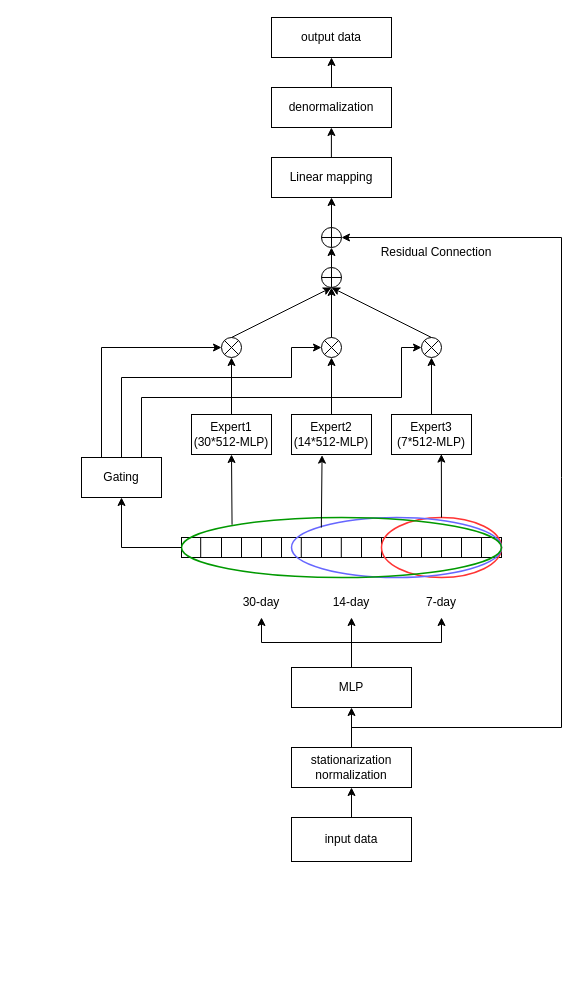
Earlier version of the draw.io diagram 未命名绘图.drawio (HALF111/Research_figures). Source tidied: cells renumbered, new cells numbered last; positions are measured from the earlier drawing's top-left corner, leaving out a move shared by most shapes. Both pictures are drawn from the tidied source at 100%, with x=0, y=0 at pixel (81, 17).
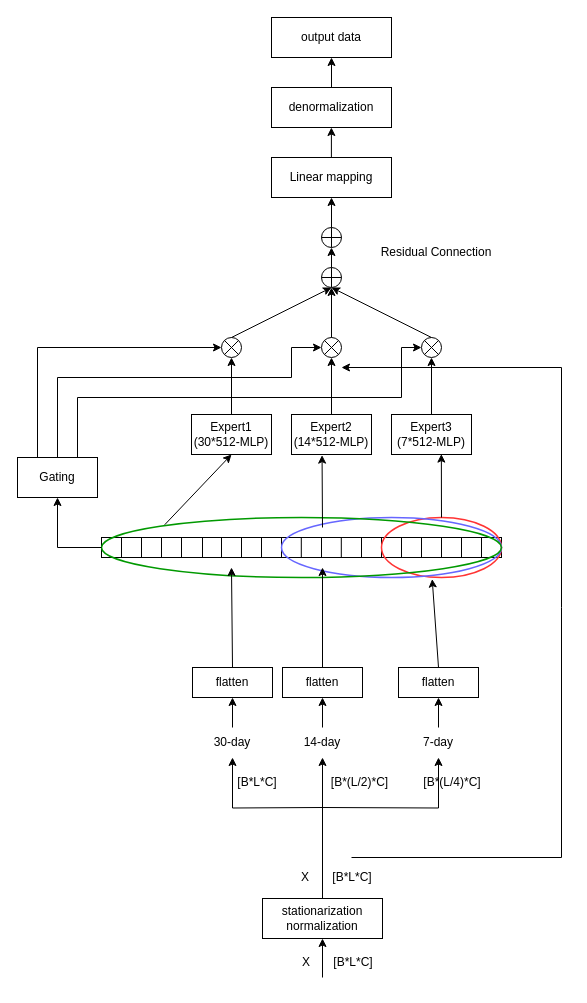
The same diagram, later.

Commit message:
更新未命名绘图.drawio

The change refers to these unchanged cells:
```xml
<mxCell id="25" value="Expert2&lt;br&gt;(14*512-MLP)" style="rounded=0;whiteSpace=wrap;html=1;" parent="1" vertex="1">
  <mxGeometry x="210" y="397" width="80" height="40" as="geometry" />
</mxCell>
<mxCell id="32" style="ellipse;whiteSpace=wrap;html=1;fillColor=none;" parent="1" vertex="1">
  <mxGeometry x="140" y="320" width="20" height="20" as="geometry" />
</mxCell>
<mxCell id="38" style="ellipse;whiteSpace=wrap;html=1;fillColor=none;" parent="1" vertex="1">
  <mxGeometry x="340" y="320" width="20" height="20" as="geometry" />
</mxCell>
```

Diff of the diagram source:
```diff
@@
     <mxCell id="2" style="rounded=0;whiteSpace=wrap;html=1;" parent="1" vertex="1">
-      <mxGeometry x="100" y="520" width="320" height="20" as="geometry" />
+      <mxGeometry x="20" y="520" width="400" height="20" as="geometry" />
     </mxCell>
-    <mxCell id="3" style="endArrow=none;html=1;rounded=0;exitX=0.06;exitY=0.006;exitDx=0;exitDy=0;exitPerimeter=0;entryX=0.06;entryY=1.006;entryDx=0;entryDy=0;entryPerimeter=0;" parent="1" edge="1" source="2" target="2">
-      <mxGeometry relative="1" as="geometry" />
+    <mxCell id="3" style="endArrow=none;html=1;rounded=0;exitX=0.06;exitY=0.006;exitDx=0;exitDy=0;exitPerimeter=0;entryX=0.06;entryY=1.006;entryDx=0;entryDy=0;entryPerimeter=0;" parent="1" edge="1">
+      <mxGeometry relative="1" as="geometry">
+        <mxPoint x="40" y="520" as="sourcePoint" />
+        <mxPoint x="40" y="540" as="targetPoint" />
+      </mxGeometry>
     </mxCell>
@@
     <mxCell id="19" style="ellipse;whiteSpace=wrap;html=1;fillColor=none;strokeColor=#6666FF;strokeWidth=1.5;" parent="1" vertex="1">
-      <mxGeometry x="210" y="500" width="210" height="60" as="geometry" />
+      <mxGeometry x="200" y="500" width="220" height="60" as="geometry" />
     </mxCell>
     <mxCell id="20" style="ellipse;whiteSpace=wrap;html=1;fillColor=none;strokeColor=#009900;strokeWidth=1.5;" parent="1" vertex="1">
-      <mxGeometry x="100" y="500" width="320" height="60" as="geometry" />
+      <mxGeometry x="20" y="500" width="400" height="60" as="geometry" />
     </mxCell>
     <mxCell id="21" value="7-day" style="text;html=1;strokeColor=none;fillColor=none;align=center;verticalAlign=middle;whiteSpace=wrap;rounded=0;" parent="1" vertex="1">
-      <mxGeometry x="330" y="570" width="60" height="30" as="geometry" />
+      <mxGeometry x="327" y="710" width="60" height="30" as="geometry" />
     </mxCell>
     <mxCell id="22" value="14-day" style="text;html=1;strokeColor=none;fillColor=none;align=center;verticalAlign=middle;whiteSpace=wrap;rounded=0;" parent="1" vertex="1">
-      <mxGeometry x="240" y="570" width="60" height="30" as="geometry" />
+      <mxGeometry x="211" y="710" width="60" height="30" as="geometry" />
     </mxCell>
     <mxCell id="23" value="30-day" style="text;html=1;strokeColor=none;fillColor=none;align=center;verticalAlign=middle;whiteSpace=wrap;rounded=0;" parent="1" vertex="1">
-      <mxGeometry x="150" y="570" width="60" height="30" as="geometry" />
+      <mxGeometry x="121" y="710" width="60" height="30" as="geometry" />
     </mxCell>
@@
-    <mxCell id="28" style="endArrow=classic;html=1;rounded=0;entryX=0.382;entryY=1.016;entryDx=0;entryDy=0;exitX=0.437;exitY=0.167;exitDx=0;exitDy=0;exitPerimeter=0;entryPerimeter=0;" parent="1" edge="1" source="20" target="25">
-      <mxGeometry relative="1" as="geometry" />
+    <mxCell id="28" style="endArrow=classic;html=1;rounded=0;entryX=0.382;entryY=1.016;entryDx=0;entryDy=0;entryPerimeter=0;" parent="1" edge="1" target="25">
+      <mxGeometry relative="1" as="geometry">
+        <mxPoint x="241" y="510" as="sourcePoint" />
+      </mxGeometry>
     </mxCell>
@@
     <mxCell id="30" value="Gating" style="rounded=0;whiteSpace=wrap;html=1;" parent="1" vertex="1">
-      <mxGeometry y="440" width="80" height="40" as="geometry" />
+      <mxGeometry x="-64" y="440" width="80" height="40" as="geometry" />
     </mxCell>
-    <mxCell id="31" style="endArrow=classic;html=1;rounded=0;exitX=0;exitY=0.5;exitDx=0;exitDy=0;entryX=0.5;entryY=1;entryDx=0;entryDy=0;" parent="1" edge="1" source="20" target="30">
+    <mxCell id="31" style="endArrow=classic;html=1;rounded=0;exitX=0;exitY=0.5;exitDx=0;exitDy=0;entryX=0.5;entryY=1;entryDx=0;entryDy=0;" parent="1" edge="1" source="2" target="30">
       <mxGeometry relative="1" as="geometry">
         <Array as="points">
-          <mxPoint x="40" y="530" />
+          <mxPoint x="-24" y="530" />
         </Array>
       </mxGeometry>
     </mxCell>
@@
     <mxCell id="41" style="endArrow=classic;html=1;rounded=0;exitX=0.25;exitY=0;exitDx=0;exitDy=0;entryX=0;entryY=0.5;entryDx=0;entryDy=0;" parent="1" edge="1" source="30" target="32">
       <mxGeometry relative="1" as="geometry">
         <Array as="points">
-          <mxPoint x="20" y="330" />
+          <mxPoint x="-44" y="330" />
         </Array>
       </mxGeometry>
     </mxCell>
@@
-    <mxCell id="45" style="endArrow=classic;html=1;rounded=0;exitX=0.5;exitY=0;exitDx=0;exitDy=0;entryX=0;entryY=0.5;entryDx=0;entryDy=0;" parent="1" edge="1">
+    <mxCell id="45" style="endArrow=classic;html=1;rounded=0;exitX=0.5;exitY=0;exitDx=0;exitDy=0;entryX=0;entryY=0.5;entryDx=0;entryDy=0;" parent="1" edge="1" source="30">
       <mxGeometry relative="1" as="geometry">
-        <mxPoint x="40" y="440" as="sourcePoint" />
         <mxPoint x="240" y="330" as="targetPoint" />
         <Array as="points">
-          <mxPoint x="40" y="360" />
+          <mxPoint x="-24" y="360" />
           <mxPoint x="210" y="360" />
           <mxPoint x="210" y="330" />
         </Array>
       </mxGeometry>
     </mxCell>
     <mxCell id="46" style="endArrow=classic;html=1;rounded=0;exitX=0.75;exitY=0;exitDx=0;exitDy=0;entryX=0;entryY=0.5;entryDx=0;entryDy=0;" parent="1" edge="1" source="30" target="38">
       <mxGeometry relative="1" as="geometry">
         <Array as="points">
-          <mxPoint x="60" y="380" />
+          <mxPoint x="-4" y="380" />
           <mxPoint x="320" y="380" />
           <mxPoint x="320" y="330" />
         </Array>
       </mxGeometry>
     </mxCell>
@@
-    <mxCell id="54" style="edgeStyle=orthogonalEdgeStyle;rounded=0;jettySize=auto;html=1;exitX=0.5;exitY=0;exitDx=0;exitDy=0;entryX=0.5;entryY=1;entryDx=0;entryDy=0;" parent="1" edge="1" source="55" target="23">
-      <mxGeometry relative="1" as="geometry" />
+    <mxCell id="54" style="edgeStyle=orthogonalEdgeStyle;rounded=0;jettySize=auto;html=1;exitX=0.5;exitY=0;exitDx=0;exitDy=0;entryX=0.5;entryY=1;entryDx=0;entryDy=0;" parent="1" edge="1" target="23">
+      <mxGeometry relative="1" as="geometry">
+        <mxPoint x="241" y="790" as="sourcePoint" />
+      </mxGeometry>
     </mxCell>
-    <mxCell id="55" value="MLP" style="rounded=0;whiteSpace=wrap;html=1;" parent="1" vertex="1">
-      <mxGeometry x="210" y="650" width="120" height="40" as="geometry" />
-    </mxCell>
-    <mxCell id="56" style="edgeStyle=orthogonalEdgeStyle;rounded=0;jettySize=auto;html=1;exitX=0.5;exitY=0;exitDx=0;exitDy=0;entryX=0.5;entryY=1;entryDx=0;entryDy=0;" parent="1" edge="1" source="55" target="22">
-      <mxGeometry relative="1" as="geometry" />
-    </mxCell>
-    <mxCell id="57" style="edgeStyle=orthogonalEdgeStyle;rounded=0;jettySize=auto;html=1;exitX=0.5;exitY=0;exitDx=0;exitDy=0;entryX=0.5;entryY=1;entryDx=0;entryDy=0;" parent="1" edge="1" source="55" target="21">
-      <mxGeometry relative="1" as="geometry" />
+    <mxCell id="57" style="edgeStyle=orthogonalEdgeStyle;rounded=0;jettySize=auto;html=1;exitX=0.5;exitY=0;exitDx=0;exitDy=0;entryX=0.5;entryY=1;entryDx=0;entryDy=0;" parent="1" edge="1" target="21">
+      <mxGeometry relative="1" as="geometry">
+        <mxPoint x="241" y="790" as="sourcePoint" />
+      </mxGeometry>
     </mxCell>
     <mxCell id="58" value="stationarization normalization" style="rounded=0;whiteSpace=wrap;html=1;" parent="1" vertex="1">
-      <mxGeometry x="210" y="730" width="120" height="40" as="geometry" />
+      <mxGeometry x="181" y="881" width="120" height="40" as="geometry" />
     </mxCell>
-    <mxCell id="59" style="endArrow=classic;html=1;rounded=0;exitX=0.5;exitY=0;exitDx=0;exitDy=0;entryX=0.5;entryY=1;entryDx=0;entryDy=0;" parent="1" edge="1" source="58" target="55">
-      <mxGeometry relative="1" as="geometry" />
-    </mxCell>
-    <mxCell id="60" style="endArrow=classic;html=1;rounded=0;entryX=0.5;entryY=1;entryDx=0;entryDy=0;exitX=0.5;exitY=0;exitDx=0;exitDy=0;" parent="1" edge="1" source="61" target="58">
-      <mxGeometry relative="1" as="geometry" />
+    <mxCell id="60" style="endArrow=classic;html=1;rounded=0;entryX=0.5;entryY=1;entryDx=0;entryDy=0;" parent="1" edge="1" target="58">
+      <mxGeometry relative="1" as="geometry">
+        <mxPoint x="241" y="960" as="sourcePoint" />
+      </mxGeometry>
     </mxCell>
-    <mxCell id="61" value="input data" style="rounded=0;whiteSpace=wrap;html=1;" parent="1" vertex="1">
-      <mxGeometry x="210" y="800" width="120" height="44" as="geometry" />
-    </mxCell>
@@
     <mxCell id="66" style="endArrow=classic;html=1;rounded=0;" parent="1" edge="1">
       <mxGeometry relative="1" as="geometry">
-        <mxPoint x="270" y="710" as="sourcePoint" />
-        <mxPoint x="260" y="220" as="targetPoint" />
+        <mxPoint x="270" y="840" as="sourcePoint" />
+        <mxPoint x="260" y="350" as="targetPoint" />
         <Array as="points">
-          <mxPoint x="480" y="710" />
-          <mxPoint x="480" y="460" />
-          <mxPoint x="480" y="220" />
+          <mxPoint x="480" y="840" />
+          <mxPoint x="480" y="590" />
+          <mxPoint x="480" y="350" />
         </Array>
       </mxGeometry>
     </mxCell>
@@
+    <mxCell id="73" value="X" style="text;html=1;strokeColor=none;fillColor=none;align=center;verticalAlign=middle;whiteSpace=wrap;rounded=0;" parent="1" vertex="1">
+      <mxGeometry x="215" y="930" width="20" height="30" as="geometry" />
+    </mxCell>
+    <mxCell id="74" value="[B*L*C]" style="text;html=1;strokeColor=none;fillColor=none;align=center;verticalAlign=middle;whiteSpace=wrap;rounded=0;" parent="1" vertex="1">
+      <mxGeometry x="247" y="930" width="50" height="30" as="geometry" />
+    </mxCell>
+    <mxCell id="75" value="X" style="text;html=1;strokeColor=none;fillColor=none;align=center;verticalAlign=middle;whiteSpace=wrap;rounded=0;" parent="1" vertex="1">
+      <mxGeometry x="214" y="845" width="20" height="30" as="geometry" />
+    </mxCell>
+    <mxCell id="76" value="[B*L*C]" style="text;html=1;strokeColor=none;fillColor=none;align=center;verticalAlign=middle;whiteSpace=wrap;rounded=0;" parent="1" vertex="1">
+      <mxGeometry x="246" y="845" width="50" height="30" as="geometry" />
+    </mxCell>
+    <mxCell id="77" style="endArrow=classic;html=1;rounded=0;exitX=0.5;exitY=0;exitDx=0;exitDy=0;entryX=0.5;entryY=1;entryDx=0;entryDy=0;" parent="1" edge="1" source="58" target="22">
+      <mxGeometry relative="1" as="geometry" />
+    </mxCell>
+    <mxCell id="78" value="[B*L*C]" style="text;html=1;strokeColor=none;fillColor=none;align=center;verticalAlign=middle;whiteSpace=wrap;rounded=0;" parent="1" vertex="1">
+      <mxGeometry x="151" y="750" width="50" height="30" as="geometry" />
+    </mxCell>
+    <mxCell id="79" value="[B*(L/2)*C]" style="text;html=1;strokeColor=none;fillColor=none;align=center;verticalAlign=middle;whiteSpace=wrap;rounded=0;" parent="1" vertex="1">
+      <mxGeometry x="246" y="750" width="65" height="30" as="geometry" />
+    </mxCell>
+    <mxCell id="80" value="[B*(L/4)*C]" style="text;html=1;strokeColor=none;fillColor=none;align=center;verticalAlign=middle;whiteSpace=wrap;rounded=0;" parent="1" vertex="1">
+      <mxGeometry x="341" y="750" width="60" height="30" as="geometry" />
+    </mxCell>
+    <mxCell id="81" value="flatten" style="rounded=0;whiteSpace=wrap;html=1;" parent="1" vertex="1">
+      <mxGeometry x="111" y="650" width="80" height="30" as="geometry" />
+    </mxCell>
+    <mxCell id="82" value="flatten" style="rounded=0;whiteSpace=wrap;html=1;" parent="1" vertex="1">
+      <mxGeometry x="201" y="650" width="80" height="30" as="geometry" />
+    </mxCell>
+    <mxCell id="83" value="flatten" style="rounded=0;whiteSpace=wrap;html=1;" parent="1" vertex="1">
+      <mxGeometry x="317" y="650" width="80" height="30" as="geometry" />
+    </mxCell>
+    <mxCell id="84" style="endArrow=classic;html=1;rounded=0;exitX=0.5;exitY=0;exitDx=0;exitDy=0;entryX=0.5;entryY=1;entryDx=0;entryDy=0;" parent="1" edge="1" source="23" target="81">
+      <mxGeometry relative="1" as="geometry" />
+    </mxCell>
+    <mxCell id="85" style="endArrow=classic;html=1;rounded=0;exitX=0.5;exitY=0;exitDx=0;exitDy=0;entryX=0.5;entryY=1;entryDx=0;entryDy=0;" parent="1" edge="1" source="22" target="82">
+      <mxGeometry relative="1" as="geometry" />
+    </mxCell>
+    <mxCell id="86" style="endArrow=classic;html=1;rounded=0;exitX=0.5;exitY=0;exitDx=0;exitDy=0;entryX=0.5;entryY=1;entryDx=0;entryDy=0;" parent="1" edge="1" source="21" target="83">
+      <mxGeometry relative="1" as="geometry" />
+    </mxCell>
+    <mxCell id="87" style="endArrow=classic;html=1;rounded=0;exitX=0.5;exitY=0;exitDx=0;exitDy=0;" parent="1" edge="1" source="81">
+      <mxGeometry relative="1" as="geometry">
+        <mxPoint x="150" y="550" as="targetPoint" />
+      </mxGeometry>
+    </mxCell>
+    <mxCell id="88" style="endArrow=classic;html=1;rounded=0;exitX=0.5;exitY=0;exitDx=0;exitDy=0;" parent="1" edge="1" source="82">
+      <mxGeometry relative="1" as="geometry">
+        <mxPoint x="241" y="550" as="targetPoint" />
+      </mxGeometry>
+    </mxCell>
+    <mxCell id="89" style="endArrow=classic;html=1;rounded=0;exitX=0.5;exitY=0;exitDx=0;exitDy=0;entryX=0.685;entryY=1.026;entryDx=0;entryDy=0;entryPerimeter=0;" parent="1" edge="1" source="83" target="19">
+      <mxGeometry relative="1" as="geometry" />
+    </mxCell>
+    <mxCell id="90" style="endArrow=none;html=1;rounded=0;exitX=0.06;exitY=0.006;exitDx=0;exitDy=0;exitPerimeter=0;entryX=0.06;entryY=1.006;entryDx=0;entryDy=0;entryPerimeter=0;" parent="1" edge="1">
+      <mxGeometry relative="1" as="geometry">
+        <mxPoint x="121" y="520" as="sourcePoint" />
+        <mxPoint x="121" y="540" as="targetPoint" />
+      </mxGeometry>
+    </mxCell>
+    <mxCell id="91" style="endArrow=none;html=1;rounded=0;exitX=0.06;exitY=0.006;exitDx=0;exitDy=0;exitPerimeter=0;entryX=0.06;entryY=1.006;entryDx=0;entryDy=0;entryPerimeter=0;" parent="1" edge="1">
+      <mxGeometry relative="1" as="geometry">
+        <mxPoint x="100" y="520" as="sourcePoint" />
+        <mxPoint x="100" y="540" as="targetPoint" />
+      </mxGeometry>
+    </mxCell>
+    <mxCell id="92" style="endArrow=none;html=1;rounded=0;exitX=0.06;exitY=0.006;exitDx=0;exitDy=0;exitPerimeter=0;entryX=0.06;entryY=1.006;entryDx=0;entryDy=0;entryPerimeter=0;" parent="1" edge="1">
+      <mxGeometry relative="1" as="geometry">
+        <mxPoint x="80" y="520" as="sourcePoint" />
+        <mxPoint x="80" y="540" as="targetPoint" />
+      </mxGeometry>
+    </mxCell>
+    <mxCell id="93" style="endArrow=none;html=1;rounded=0;exitX=0.06;exitY=0.006;exitDx=0;exitDy=0;exitPerimeter=0;entryX=0.06;entryY=1.006;entryDx=0;entryDy=0;entryPerimeter=0;" parent="1" edge="1">
+      <mxGeometry relative="1" as="geometry">
+        <mxPoint x="60" y="520" as="sourcePoint" />
+        <mxPoint x="60" y="540" as="targetPoint" />
+      </mxGeometry>
+    </mxCell>
```
